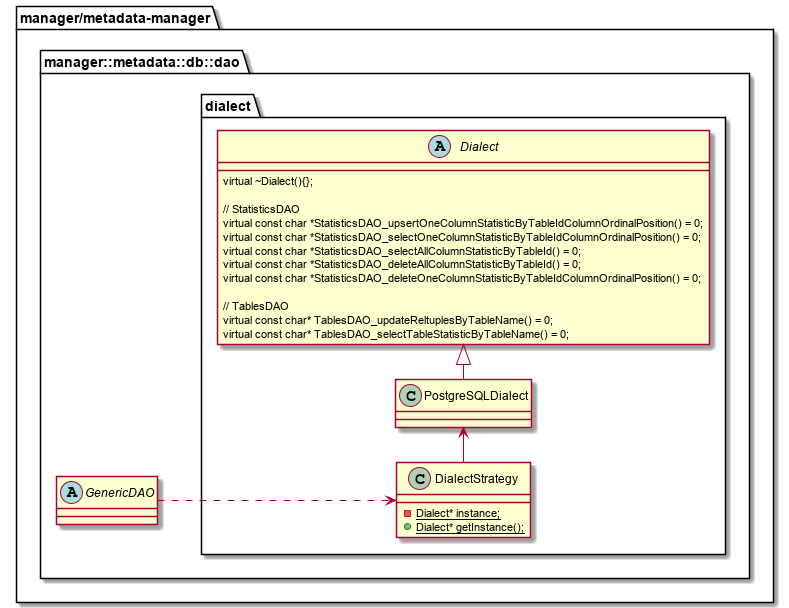
The PlantUML diagram metadata-manager/docs/statistic/02.FD/out/uml/ClassDiagram_detail/ClassDiagram_detail_dialect.png in project-tsurugi/metadata-manager, before a commit.
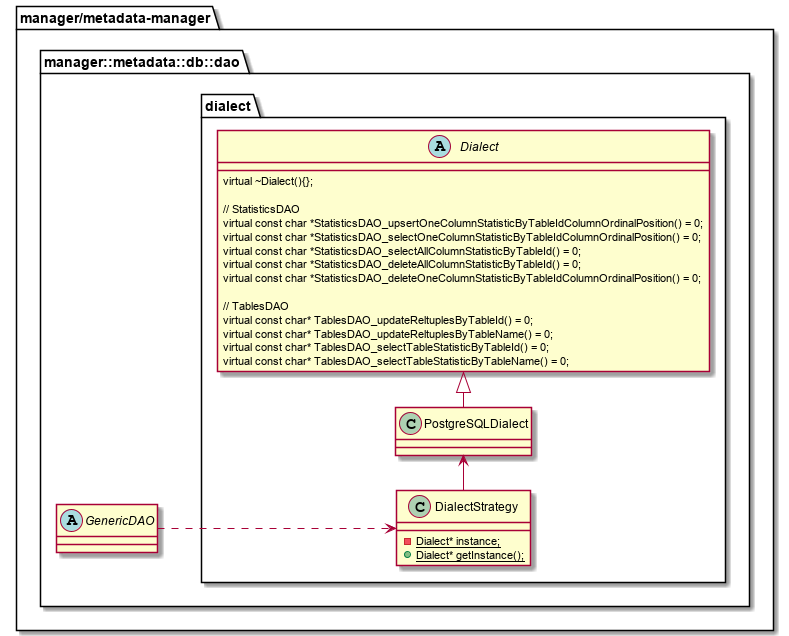
Above is the later version.

Change to the diagram source:
```diff
@@ -28,7 +28,9 @@
         {method}virtual const char *StatisticsDAO_deleteOneColumnStatisticByTableIdColumnOrdinalPosition() = 0;
         {method}
         {method}// TablesDAO
+        {method}virtual const char* TablesDAO_updateReltuplesByTableId() = 0;
         {method}virtual const char* TablesDAO_updateReltuplesByTableName() = 0;
+        {method}virtual const char* TablesDAO_selectTableStatisticByTableId() = 0;
         {method}virtual const char* TablesDAO_selectTableStatisticByTableName() = 0;
       }
 
```
